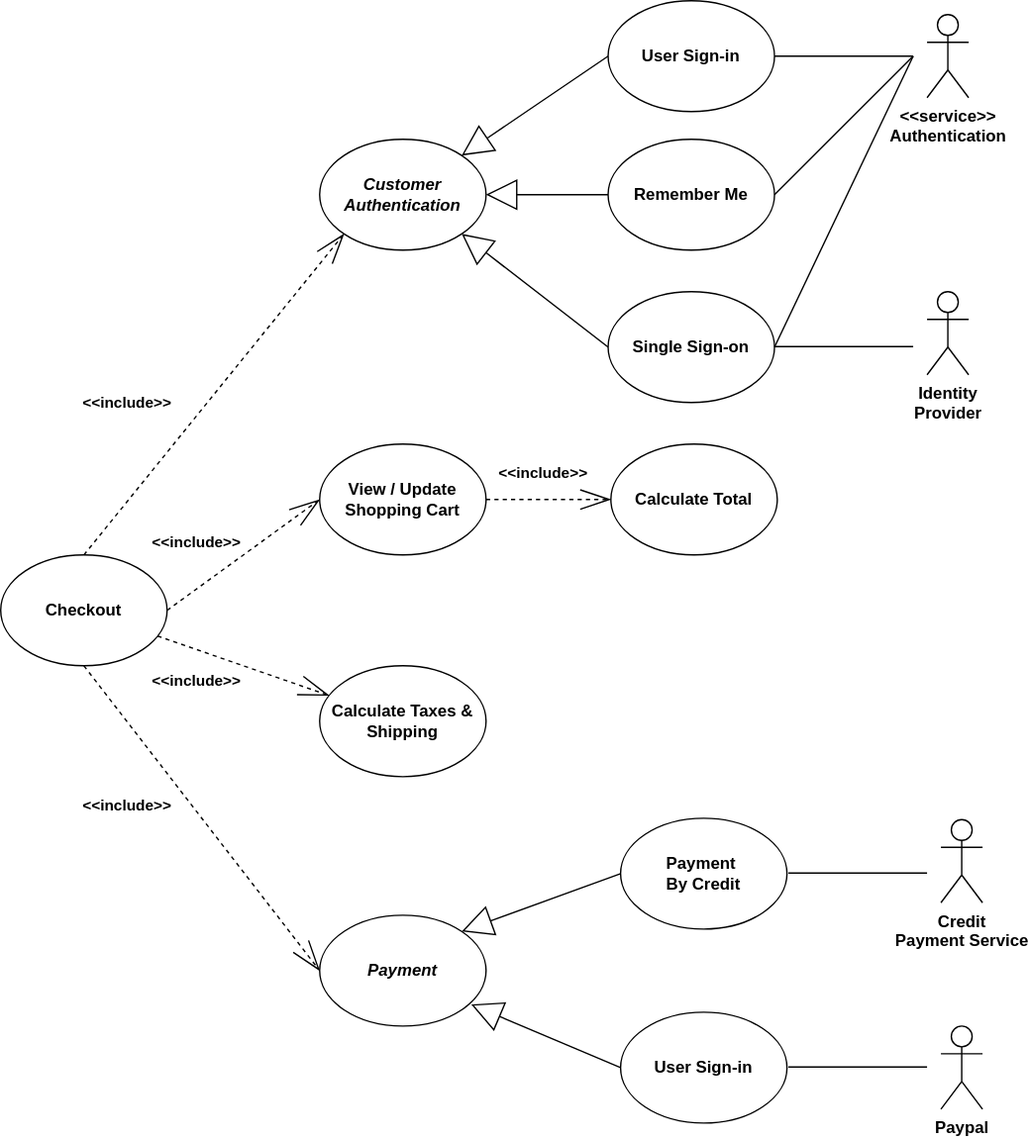
Above: OnlineShoppingUseCases.drawio.svg in minh071289/AI_system (draw.io), before the change. Source tidied: cells renumbered, new cells last; positions are measured from the earlier drawing's top-left corner, leaving out a move shared by most shapes.
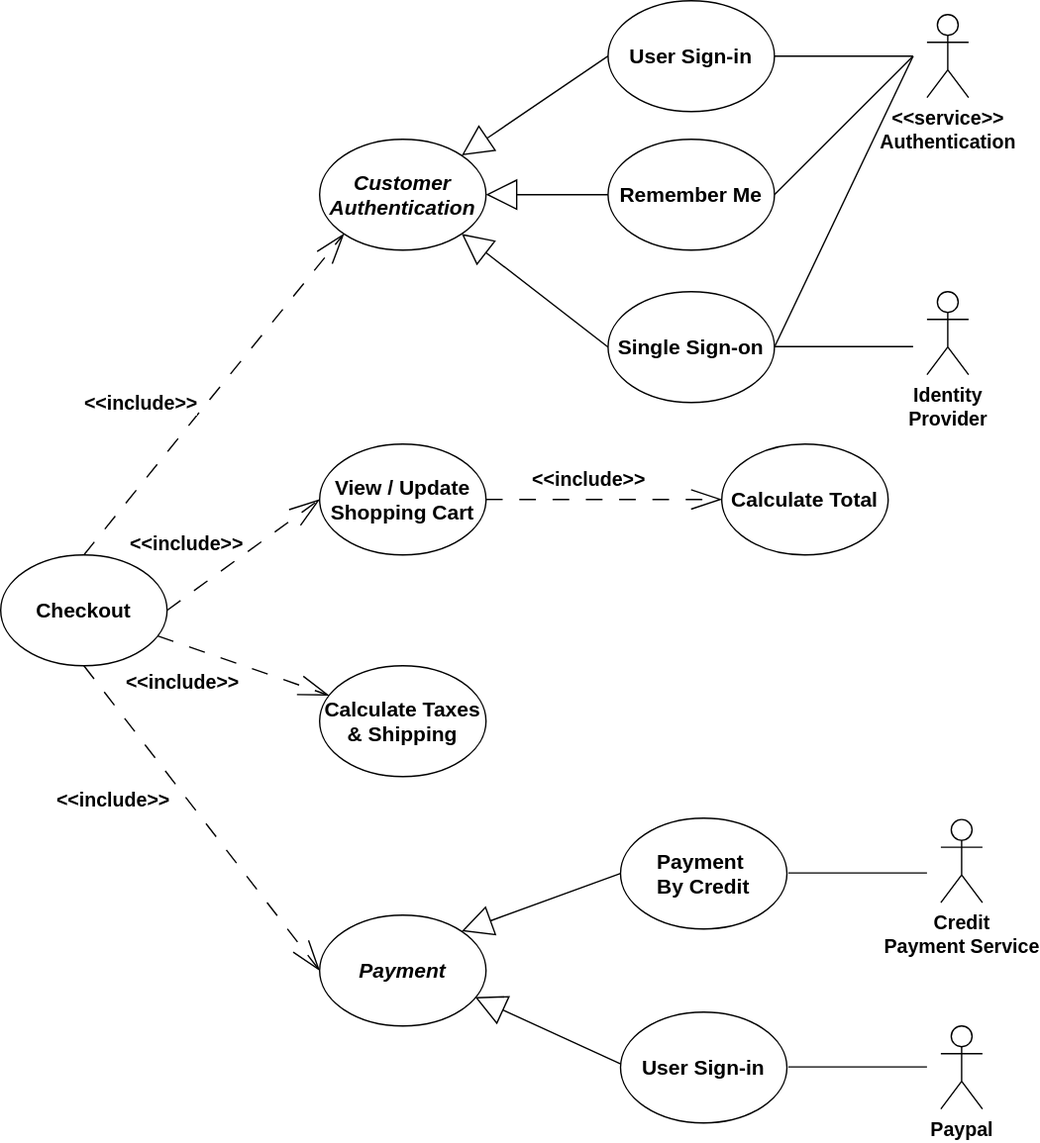
After the commit.

Diff of the diagram source:
```diff
@@ -2,69 +2,69 @@
   <root>
     <mxCell id="0" />
     <mxCell id="1" parent="0" />
-    <mxCell id="2" value="&lt;b&gt;Checkout&lt;/b&gt;" style="ellipse;whiteSpace=wrap;html=1;" parent="1" vertex="1">
+    <mxCell id="2" value="&lt;b&gt;&lt;font style=&quot;font-size: 15px;&quot;&gt;Checkout&lt;/font&gt;&lt;/b&gt;" style="ellipse;whiteSpace=wrap;html=1;" parent="1" vertex="1">
       <mxGeometry y="400" width="120" height="80" as="geometry" />
     </mxCell>
-    <mxCell id="3" value="&lt;b&gt;&lt;i&gt;Customer&lt;/i&gt;&lt;/b&gt;&lt;div&gt;&lt;b&gt;&lt;i&gt;Authentication&lt;/i&gt;&lt;/b&gt;&lt;/div&gt;" style="ellipse;whiteSpace=wrap;html=1;" parent="1" vertex="1">
+    <mxCell id="3" value="&lt;b&gt;&lt;i&gt;&lt;font style=&quot;font-size: 15px;&quot;&gt;Customer&lt;/font&gt;&lt;/i&gt;&lt;/b&gt;&lt;div&gt;&lt;b&gt;&lt;i&gt;&lt;font style=&quot;font-size: 15px;&quot;&gt;Authentication&lt;/font&gt;&lt;/i&gt;&lt;/b&gt;&lt;/div&gt;" style="ellipse;whiteSpace=wrap;html=1;" parent="1" vertex="1">
       <mxGeometry x="230" y="100" width="120" height="80" as="geometry" />
     </mxCell>
-    <mxCell id="4" value="&lt;b&gt;View / Update&lt;/b&gt;&lt;div&gt;&lt;b&gt;Shopping Cart&lt;/b&gt;&lt;/div&gt;" style="ellipse;whiteSpace=wrap;html=1;" parent="1" vertex="1">
+    <mxCell id="4" value="&lt;b&gt;&lt;font style=&quot;font-size: 15px;&quot;&gt;View / Update&lt;/font&gt;&lt;/b&gt;&lt;div&gt;&lt;b&gt;&lt;font style=&quot;font-size: 15px;&quot;&gt;Shopping Cart&lt;/font&gt;&lt;/b&gt;&lt;/div&gt;" style="ellipse;whiteSpace=wrap;html=1;" parent="1" vertex="1">
       <mxGeometry x="230" y="320" width="120" height="80" as="geometry" />
     </mxCell>
-    <mxCell id="5" value="&lt;b&gt;Calculate Taxes &amp;amp;&lt;/b&gt;&lt;div&gt;&lt;b&gt;Shipping&lt;/b&gt;&lt;/div&gt;" style="ellipse;whiteSpace=wrap;html=1;" parent="1" vertex="1">
+    <mxCell id="5" value="&lt;font style=&quot;font-size: 15px;&quot;&gt;&lt;b&gt;&lt;font style=&quot;&quot;&gt;Calculate Taxes &amp;amp;&amp;nbsp;&lt;/font&gt;&lt;/b&gt;&lt;b style=&quot;background-color: transparent; color: light-dark(rgb(0, 0, 0), rgb(255, 255, 255));&quot;&gt;&lt;font style=&quot;&quot;&gt;Shipping&lt;/font&gt;&lt;/b&gt;&lt;/font&gt;" style="ellipse;whiteSpace=wrap;html=1;" parent="1" vertex="1">
       <mxGeometry x="230" y="480" width="120" height="80" as="geometry" />
     </mxCell>
-    <mxCell id="6" value="&lt;b&gt;&lt;i&gt;Payment&lt;/i&gt;&lt;/b&gt;" style="ellipse;whiteSpace=wrap;html=1;" parent="1" vertex="1">
+    <mxCell id="6" value="&lt;b&gt;&lt;i&gt;&lt;font style=&quot;font-size: 15px;&quot;&gt;Payment&lt;/font&gt;&lt;/i&gt;&lt;/b&gt;" style="ellipse;whiteSpace=wrap;html=1;" parent="1" vertex="1">
       <mxGeometry x="230" y="660" width="120" height="80" as="geometry" />
     </mxCell>
-    <mxCell id="7" value="&lt;b&gt;Calculate Total&lt;/b&gt;" style="ellipse;whiteSpace=wrap;html=1;" parent="1" vertex="1">
-      <mxGeometry x="440" y="320" width="120" height="80" as="geometry" />
+    <mxCell id="7" value="&lt;b&gt;&lt;font style=&quot;font-size: 15px;&quot;&gt;Calculate Total&lt;/font&gt;&lt;/b&gt;" style="ellipse;whiteSpace=wrap;html=1;" parent="1" vertex="1">
+      <mxGeometry x="520" y="320" width="120" height="80" as="geometry" />
     </mxCell>
-    <mxCell id="8" value="&lt;b&gt;User Sign-in&lt;/b&gt;" style="ellipse;whiteSpace=wrap;html=1;" parent="1" vertex="1">
+    <mxCell id="8" value="&lt;b&gt;&lt;font style=&quot;font-size: 15px;&quot;&gt;User Sign-in&lt;/font&gt;&lt;/b&gt;" style="ellipse;whiteSpace=wrap;html=1;" parent="1" vertex="1">
       <mxGeometry x="438" width="120" height="80" as="geometry" />
     </mxCell>
-    <mxCell id="9" value="&lt;b&gt;Remember Me&lt;/b&gt;" style="ellipse;whiteSpace=wrap;html=1;" parent="1" vertex="1">
+    <mxCell id="9" value="&lt;b&gt;&lt;font style=&quot;font-size: 15px;&quot;&gt;Remember Me&lt;/font&gt;&lt;/b&gt;" style="ellipse;whiteSpace=wrap;html=1;" parent="1" vertex="1">
       <mxGeometry x="438" y="100" width="120" height="80" as="geometry" />
     </mxCell>
-    <mxCell id="10" value="&lt;b&gt;Single Sign-on&lt;/b&gt;" style="ellipse;whiteSpace=wrap;html=1;" parent="1" vertex="1">
+    <mxCell id="10" value="&lt;b&gt;&lt;font style=&quot;font-size: 15px;&quot;&gt;Single Sign-on&lt;/font&gt;&lt;/b&gt;" style="ellipse;whiteSpace=wrap;html=1;" parent="1" vertex="1">
       <mxGeometry x="438" y="210" width="120" height="80" as="geometry" />
     </mxCell>
-    <mxCell id="11" value="&lt;b&gt;&amp;lt;&amp;lt;service&amp;gt;&amp;gt;&lt;/b&gt;&lt;div&gt;&lt;b&gt;Authentication&lt;/b&gt;&lt;/div&gt;" style="shape=umlActor;verticalLabelPosition=bottom;verticalAlign=top;html=1;" parent="1" vertex="1">
+    <mxCell id="11" value="&lt;b&gt;&lt;font style=&quot;font-size: 14px;&quot;&gt;&amp;lt;&amp;lt;service&amp;gt;&amp;gt;&lt;/font&gt;&lt;/b&gt;&lt;div&gt;&lt;b&gt;&lt;font style=&quot;font-size: 14px;&quot;&gt;Authentication&lt;/font&gt;&lt;/b&gt;&lt;/div&gt;" style="shape=umlActor;verticalLabelPosition=bottom;verticalAlign=top;html=1;" parent="1" vertex="1">
       <mxGeometry x="668" y="10" width="30" height="60" as="geometry" />
     </mxCell>
-    <mxCell id="12" value="&lt;b&gt;Identity&lt;/b&gt;&lt;div&gt;&lt;b&gt;Provider&lt;/b&gt;&lt;/div&gt;" style="shape=umlActor;verticalLabelPosition=bottom;verticalAlign=top;html=1;" parent="1" vertex="1">
+    <mxCell id="12" value="&lt;b&gt;&lt;font style=&quot;font-size: 14px;&quot;&gt;Identity&lt;/font&gt;&lt;/b&gt;&lt;div&gt;&lt;b&gt;&lt;font style=&quot;font-size: 14px;&quot;&gt;Provider&lt;/font&gt;&lt;/b&gt;&lt;/div&gt;" style="shape=umlActor;verticalLabelPosition=bottom;verticalAlign=top;html=1;" parent="1" vertex="1">
       <mxGeometry x="668" y="210" width="30" height="60" as="geometry" />
     </mxCell>
-    <mxCell id="13" value="&lt;b&gt;Payment&amp;nbsp;&lt;/b&gt;&lt;div&gt;&lt;b&gt;By Credit&lt;/b&gt;&lt;/div&gt;" style="ellipse;whiteSpace=wrap;html=1;" parent="1" vertex="1">
+    <mxCell id="13" value="&lt;b&gt;&lt;font style=&quot;font-size: 15px;&quot;&gt;Payment&amp;nbsp;&lt;/font&gt;&lt;/b&gt;&lt;div&gt;&lt;b&gt;&lt;font style=&quot;font-size: 15px;&quot;&gt;By Credit&lt;/font&gt;&lt;/b&gt;&lt;/div&gt;" style="ellipse;whiteSpace=wrap;html=1;" parent="1" vertex="1">
       <mxGeometry x="447" y="590" width="120" height="80" as="geometry" />
     </mxCell>
-    <mxCell id="14" value="&lt;b&gt;User Sign-in&lt;/b&gt;" style="ellipse;whiteSpace=wrap;html=1;" parent="1" vertex="1">
+    <mxCell id="14" value="&lt;b&gt;&lt;font style=&quot;font-size: 15px;&quot;&gt;User Sign-in&lt;/font&gt;&lt;/b&gt;" style="ellipse;whiteSpace=wrap;html=1;" parent="1" vertex="1">
       <mxGeometry x="447" y="730" width="120" height="80" as="geometry" />
     </mxCell>
-    <mxCell id="15" value="&lt;b&gt;Credit&lt;/b&gt;&lt;div&gt;&lt;b&gt;Payment Service&lt;/b&gt;&lt;/div&gt;" style="shape=umlActor;verticalLabelPosition=bottom;verticalAlign=top;html=1;" parent="1" vertex="1">
+    <mxCell id="15" value="&lt;b&gt;&lt;font style=&quot;font-size: 14px;&quot;&gt;Credit&lt;/font&gt;&lt;/b&gt;&lt;div&gt;&lt;b&gt;&lt;font style=&quot;font-size: 14px;&quot;&gt;Payment Service&lt;/font&gt;&lt;/b&gt;&lt;/div&gt;" style="shape=umlActor;verticalLabelPosition=bottom;verticalAlign=top;html=1;" parent="1" vertex="1">
       <mxGeometry x="678" y="591" width="30" height="60" as="geometry" />
     </mxCell>
-    <mxCell id="16" value="&lt;b&gt;Paypal&lt;/b&gt;" style="shape=umlActor;verticalLabelPosition=bottom;verticalAlign=top;html=1;" parent="1" vertex="1">
+    <mxCell id="16" value="&lt;b&gt;&lt;font style=&quot;font-size: 14px;&quot;&gt;Paypal&lt;/font&gt;&lt;/b&gt;" style="shape=umlActor;verticalLabelPosition=bottom;verticalAlign=top;html=1;" parent="1" vertex="1">
       <mxGeometry x="678" y="740" width="30" height="60" as="geometry" />
     </mxCell>
     <mxCell id="17" style="endArrow=classic;html=1;rounded=0;entryX=0;entryY=1;entryDx=0;entryDy=0;strokeColor=none;" parent="1" edge="1" source="2" target="3">
       <mxGeometry relative="1" as="geometry" />
     </mxCell>
-    <mxCell id="18" style="endArrow=openThin;html=1;rounded=0;entryX=0;entryY=1;entryDx=0;entryDy=0;exitX=0.5;exitY=0;exitDx=0;exitDy=0;strokeColor=default;dashed=1;endSize=20;endFill=0;" parent="1" edge="1" source="2" target="3">
+    <mxCell id="18" style="endArrow=openThin;html=1;rounded=0;entryX=0;entryY=1;entryDx=0;entryDy=0;exitX=0.5;exitY=0;exitDx=0;exitDy=0;strokeColor=default;dashed=1;endSize=20;endFill=0;dashPattern=12 12;" parent="1" edge="1" source="2" target="3">
       <mxGeometry relative="1" as="geometry" />
     </mxCell>
-    <mxCell id="19" value="&lt;b&gt;&amp;lt;&amp;lt;include&amp;gt;&amp;gt;&lt;/b&gt;" style="edgeLabel;html=1;align=center;verticalAlign=middle;" parent="18" vertex="1">
+    <mxCell id="19" value="&lt;b&gt;&lt;font style=&quot;font-size: 14px;&quot;&gt;&amp;lt;&amp;lt;include&amp;gt;&amp;gt;&lt;/font&gt;&lt;/b&gt;" style="edgeLabel;html=1;align=center;verticalAlign=middle;" parent="18" vertex="1">
       <mxGeometry x="-0.27" y="-4" relative="1" as="geometry">
-        <mxPoint x="-41" y="-29" as="offset" />
+        <mxPoint x="-31" y="-28" as="offset" />
       </mxGeometry>
     </mxCell>
-    <mxCell id="20" style="endArrow=openThin;html=1;rounded=0;entryX=0;entryY=0.5;entryDx=0;entryDy=0;exitX=1;exitY=0.5;exitDx=0;exitDy=0;strokeColor=default;dashed=1;endFill=0;endSize=20;" parent="1" edge="1" source="2" target="4">
+    <mxCell id="20" style="endArrow=openThin;html=1;rounded=0;entryX=0;entryY=0.5;entryDx=0;entryDy=0;exitX=1;exitY=0.5;exitDx=0;exitDy=0;strokeColor=default;dashed=1;endFill=0;endSize=20;dashPattern=12 12;" parent="1" edge="1" source="2" target="4">
       <mxGeometry relative="1" as="geometry" />
     </mxCell>
-    <mxCell id="21" style="endArrow=openThin;html=1;rounded=0;strokeColor=default;dashed=1;endFill=0;endSize=20;" parent="1" edge="1" source="2" target="5">
+    <mxCell id="21" style="endArrow=openThin;html=1;rounded=0;strokeColor=default;dashed=1;endFill=0;endSize=20;dashPattern=12 12;" parent="1" edge="1" source="2" target="5">
       <mxGeometry relative="1" as="geometry" />
     </mxCell>
-    <mxCell id="22" style="endArrow=openThin;html=1;rounded=0;strokeColor=default;dashed=1;entryX=0;entryY=0.5;entryDx=0;entryDy=0;exitX=0.5;exitY=1;exitDx=0;exitDy=0;endFill=0;endSize=20;" parent="1" edge="1" source="2" target="6">
+    <mxCell id="22" style="endArrow=openThin;html=1;rounded=0;strokeColor=default;dashed=1;entryX=0;entryY=0.5;entryDx=0;entryDy=0;exitX=0.5;exitY=1;exitDx=0;exitDy=0;endFill=0;endSize=20;dashPattern=12 12;" parent="1" edge="1" source="2" target="6">
       <mxGeometry relative="1" as="geometry" />
     </mxCell>
     <mxCell id="23" style="endArrow=block;html=1;rounded=0;entryX=1;entryY=0;entryDx=0;entryDy=0;exitX=0;exitY=0.5;exitDx=0;exitDy=0;endFill=0;targetPerimeterSpacing=15;endSize=20;" parent="1" edge="1" source="8" target="3">
@@ -97,13 +97,13 @@
         <mxPoint x="658" y="249.6" as="targetPoint" />
       </mxGeometry>
     </mxCell>
-    <mxCell id="30" style="endArrow=openThin;html=1;rounded=0;entryX=0;entryY=0.5;entryDx=0;entryDy=0;strokeColor=default;dashed=1;endSize=20;endFill=0;exitX=1;exitY=0.5;exitDx=0;exitDy=0;" parent="1" edge="1" source="4" target="7">
+    <mxCell id="30" style="endArrow=openThin;html=1;rounded=0;entryX=0;entryY=0.5;entryDx=0;entryDy=0;strokeColor=default;dashed=1;endSize=20;endFill=0;exitX=1;exitY=0.5;exitDx=0;exitDy=0;dashPattern=12 12;" parent="1" edge="1" source="4" target="7">
       <mxGeometry relative="1" as="geometry" />
     </mxCell>
     <mxCell id="31" style="endArrow=block;html=1;rounded=0;exitX=0;exitY=0.5;exitDx=0;exitDy=0;endFill=0;targetPerimeterSpacing=15;endSize=20;entryX=1;entryY=0;entryDx=0;entryDy=0;" parent="1" edge="1" source="13" target="6">
       <mxGeometry relative="1" as="geometry" />
     </mxCell>
-    <mxCell id="32" style="endArrow=block;html=1;rounded=0;entryX=0.911;entryY=0.805;entryDx=0;entryDy=0;exitX=0;exitY=0.5;exitDx=0;exitDy=0;endFill=0;targetPerimeterSpacing=15;endSize=20;entryPerimeter=0;" parent="1" edge="1" source="14" target="6">
+    <mxCell id="32" style="endArrow=block;html=1;rounded=0;exitX=0.001;exitY=0.469;exitDx=0;exitDy=0;endFill=0;targetPerimeterSpacing=15;endSize=20;entryX=0.934;entryY=0.74;entryDx=0;entryDy=0;entryPerimeter=0;exitPerimeter=0;" parent="1" edge="1" source="14" target="6">
       <mxGeometry relative="1" as="geometry" />
     </mxCell>
     <mxCell id="33" style="endArrow=none;html=1;rounded=0;endFill=0;exitX=1;exitY=0.5;exitDx=0;exitDy=0;" parent="1" edge="1">
@@ -118,17 +118,23 @@
         <mxPoint x="668" y="769.6" as="targetPoint" />
       </mxGeometry>
     </mxCell>
-    <mxCell id="35" value="&lt;b&gt;&amp;lt;&amp;lt;include&amp;gt;&amp;gt;&lt;/b&gt;" style="edgeLabel;html=1;align=center;verticalAlign=middle;" parent="1" vertex="1">
-      <mxGeometry x="140" y="390" as="geometry" />
+    <mxCell id="35" value="&lt;b&gt;&lt;font style=&quot;font-size: 14px;&quot;&gt;&amp;lt;&amp;lt;include&amp;gt;&amp;gt;&lt;/font&gt;&lt;/b&gt;" style="edgeLabel;html=1;align=center;verticalAlign=middle;" parent="1" vertex="1">
+      <mxGeometry x="130" y="390" as="geometry">
+        <mxPoint x="3" y="1" as="offset" />
+      </mxGeometry>
     </mxCell>
-    <mxCell id="36" value="&lt;b&gt;&amp;lt;&amp;lt;include&amp;gt;&amp;gt;&lt;/b&gt;" style="edgeLabel;html=1;align=center;verticalAlign=middle;" parent="1" vertex="1">
-      <mxGeometry x="140" y="490" as="geometry" />
+    <mxCell id="36" value="&lt;b&gt;&lt;font style=&quot;font-size: 14px;&quot;&gt;&amp;lt;&amp;lt;include&amp;gt;&amp;gt;&lt;/font&gt;&lt;/b&gt;" style="edgeLabel;html=1;align=center;verticalAlign=middle;" parent="1" vertex="1">
+      <mxGeometry x="130" y="493" as="geometry">
+        <mxPoint y="-2" as="offset" />
+      </mxGeometry>
     </mxCell>
-    <mxCell id="37" value="&lt;b&gt;&amp;lt;&amp;lt;include&amp;gt;&amp;gt;&lt;/b&gt;" style="edgeLabel;html=1;align=center;verticalAlign=middle;" parent="1" vertex="1">
-      <mxGeometry x="90" y="580" as="geometry" />
+    <mxCell id="37" value="&lt;b&gt;&lt;font style=&quot;font-size: 14px;&quot;&gt;&amp;lt;&amp;lt;include&amp;gt;&amp;gt;&lt;/font&gt;&lt;/b&gt;" style="edgeLabel;html=1;align=center;verticalAlign=middle;" parent="1" vertex="1">
+      <mxGeometry x="80" y="580" as="geometry">
+        <mxPoint y="-4" as="offset" />
+      </mxGeometry>
     </mxCell>
-    <mxCell id="38" value="&lt;b&gt;&amp;lt;&amp;lt;include&amp;gt;&amp;gt;&lt;/b&gt;" style="edgeLabel;html=1;align=center;verticalAlign=middle;" parent="1" vertex="1">
-      <mxGeometry x="390" y="340" as="geometry" />
+    <mxCell id="38" value="&lt;b&gt;&lt;font style=&quot;font-size: 14px;&quot;&gt;&amp;lt;&amp;lt;include&amp;gt;&amp;gt;&lt;/font&gt;&lt;/b&gt;" style="edgeLabel;html=1;align=center;verticalAlign=middle;" parent="1" vertex="1">
+      <mxGeometry x="423" y="345" as="geometry" />
     </mxCell>
   </root>
 </mxGraphModel>
```
